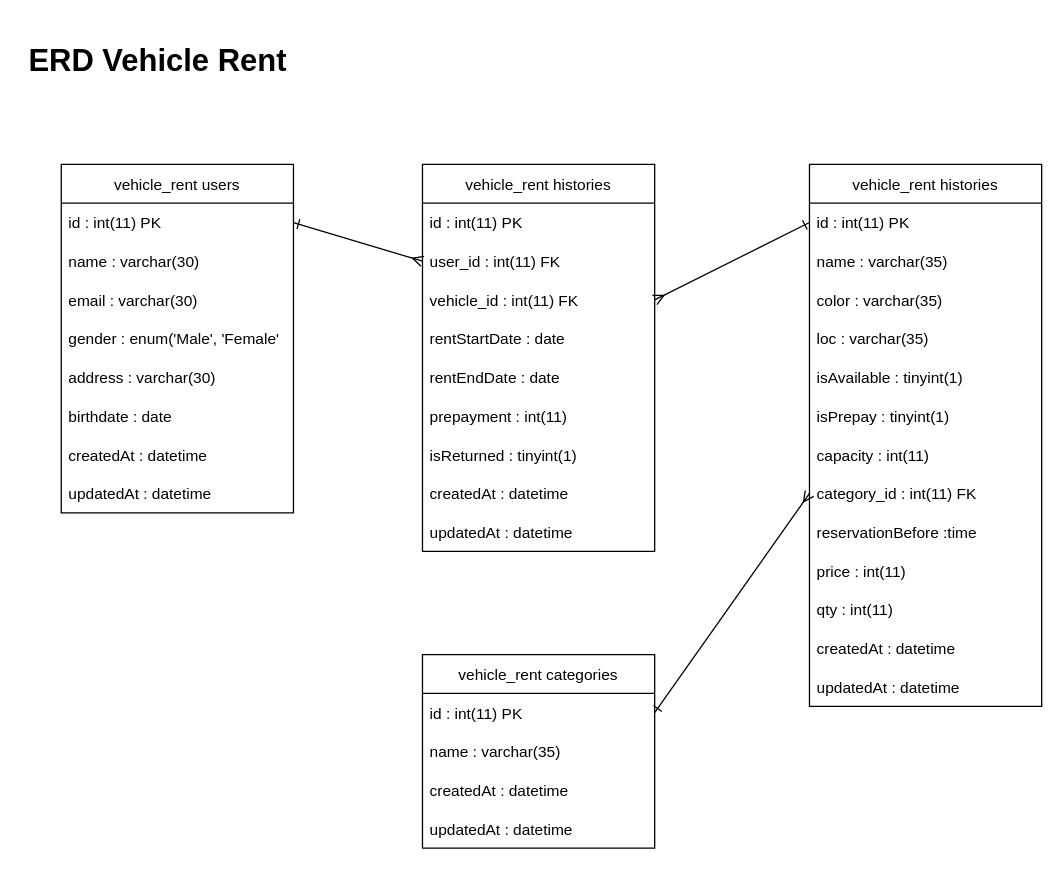
This is page "ERD" (2 of 2) of vehicleRent.drawio from aviantofan/fw5-backend-beginner, a draw.io file, before an edit. Source tidied: cells renumbered, new cells numbered last; positions are measured from the earlier drawing's top-left corner, leaving out a move shared by most shapes. Both pictures are drawn from the tidied source at 129%, with x=0, y=0 at pixel (22, 35).
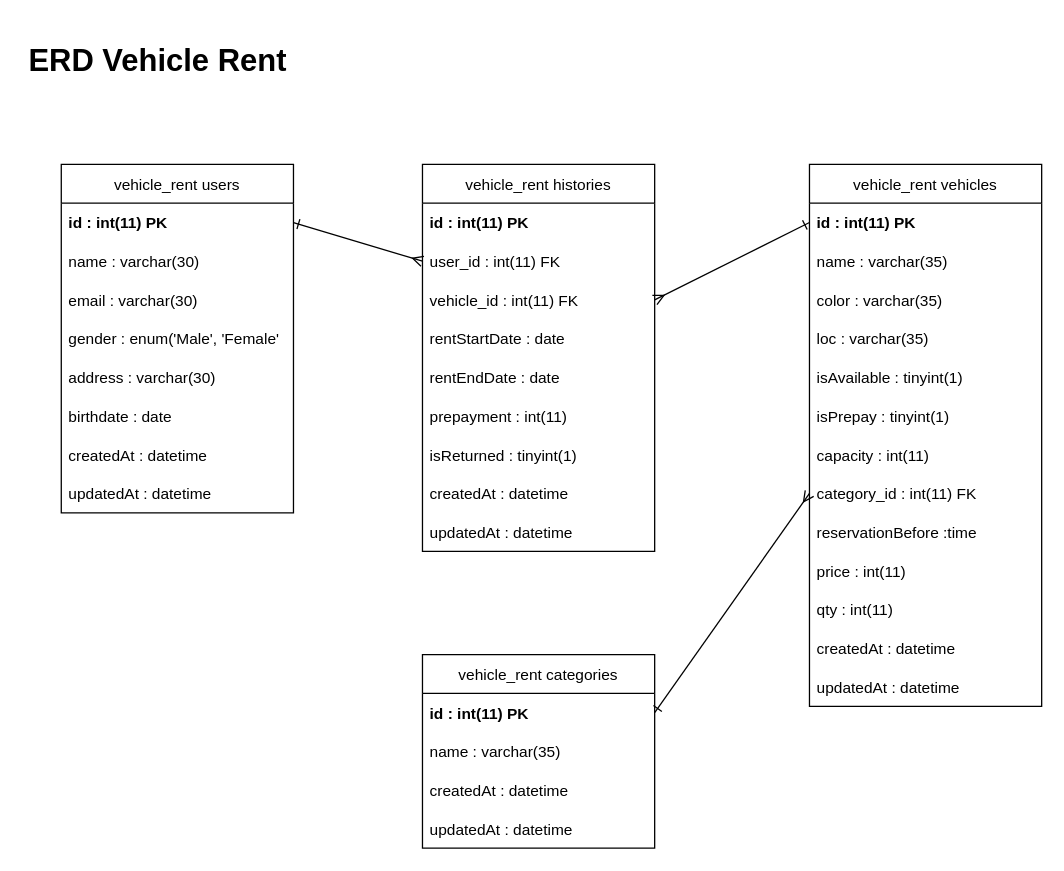
The same page after the edit.

Unchanged cells that the change refers to:
```xml
<mxCell id="3" value="vehicle_rent users" style="swimlane;fontStyle=0;horizontal=1;startSize=30;" parent="1" vertex="1">
  <mxGeometry x="30" y="100" width="180" height="270" as="geometry" />
</mxCell>
<mxCell id="12" value="vehicle_rent histories" style="swimlane;fontStyle=0;horizontal=1;startSize=30;" parent="1" vertex="1">
  <mxGeometry x="310" y="100" width="180" height="300" as="geometry" />
</mxCell>
<mxCell id="36" value="vehicle_rent categories" style="swimlane;fontStyle=0;horizontal=1;startSize=30;" parent="1" vertex="1">
  <mxGeometry x="310" y="480" width="180" height="150" as="geometry" />
</mxCell>
```

The edit, as a diff of the source:
```diff
@@
-    <mxCell id="4" value="id : int(11) PK" style="text;strokeColor=none;fillColor=none;align=left;verticalAlign=middle;spacingLeft=4;spacingRight=4;overflow=hidden;points=[[0,0.5],[1,0.5]];portConstraint=eastwest;" parent="3" vertex="1">
+    <mxCell id="4" value="id : int(11) PK" style="text;strokeColor=none;fillColor=none;align=left;verticalAlign=middle;spacingLeft=4;spacingRight=4;overflow=hidden;points=[[0,0.5],[1,0.5]];portConstraint=eastwest;fontStyle=1;" parent="3" vertex="1">
       <mxGeometry y="30" width="180" height="30" as="geometry" />
     </mxCell>
@@
-    <mxCell id="13" value="id : int(11) PK" style="text;strokeColor=none;fillColor=none;align=left;verticalAlign=middle;spacingLeft=4;spacingRight=4;overflow=hidden;" parent="12" vertex="1">
+    <mxCell id="13" value="id : int(11) PK" style="text;strokeColor=none;fillColor=none;align=left;verticalAlign=middle;spacingLeft=4;spacingRight=4;overflow=hidden;fontStyle=1;" parent="12" vertex="1">
       <mxGeometry y="30" width="180" height="30" as="geometry" />
     </mxCell>
@@
-    <mxCell id="22" value="vehicle_rent histories" style="swimlane;fontStyle=0;horizontal=1;startSize=30;" parent="1" vertex="1">
+    <mxCell id="22" value="vehicle_rent vehicles" style="swimlane;fontStyle=0;horizontal=1;startSize=30;" parent="1" vertex="1">
       <mxGeometry x="610" y="100" width="180" height="420" as="geometry" />
     </mxCell>
-    <mxCell id="23" value="id : int(11) PK" style="text;strokeColor=none;fillColor=none;align=left;verticalAlign=middle;spacingLeft=4;spacingRight=4;overflow=hidden;points=[[0,0.5],[1,0.5]];portConstraint=eastwest;" parent="22" vertex="1">
+    <mxCell id="23" value="id : int(11) PK" style="text;strokeColor=none;fillColor=none;align=left;verticalAlign=middle;spacingLeft=4;spacingRight=4;overflow=hidden;points=[[0,0.5],[1,0.5]];portConstraint=eastwest;fontStyle=1;" parent="22" vertex="1">
       <mxGeometry y="30" width="180" height="30" as="geometry" />
     </mxCell>
@@
-    <mxCell id="37" value="id : int(11) PK" style="text;strokeColor=none;fillColor=none;align=left;verticalAlign=middle;spacingLeft=4;spacingRight=4;overflow=hidden;points=[[0,0.5],[1,0.5]];portConstraint=eastwest;" parent="36" vertex="1">
+    <mxCell id="37" value="id : int(11) PK" style="text;strokeColor=none;fillColor=none;align=left;verticalAlign=middle;spacingLeft=4;spacingRight=4;overflow=hidden;points=[[0,0.5],[1,0.5]];portConstraint=eastwest;fontStyle=1;" parent="36" vertex="1">
       <mxGeometry y="30" width="180" height="30" as="geometry" />
     </mxCell>
```
